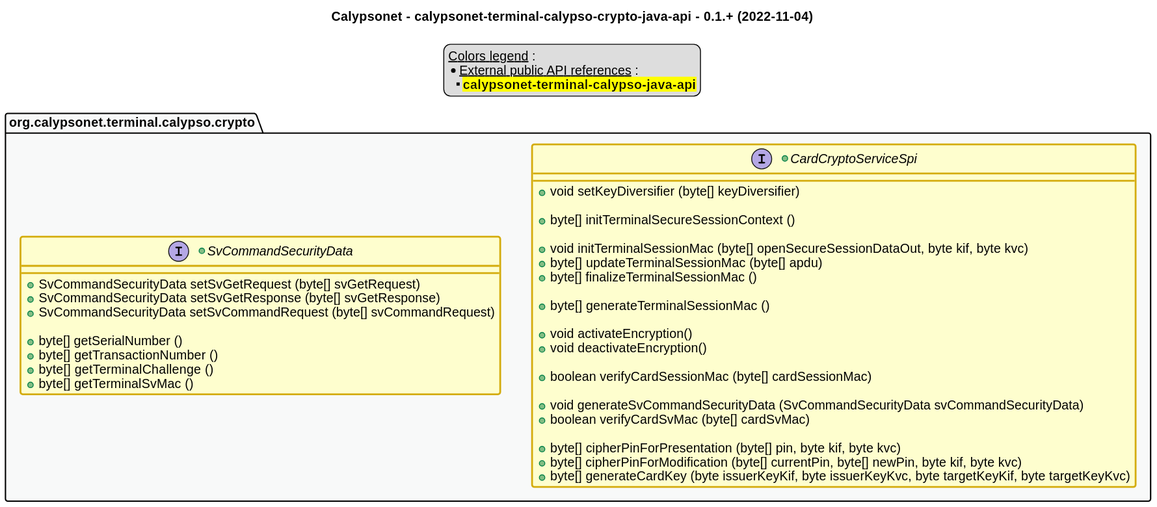
The PlantUML diagram 0.1.0-SNAPSHOT/api_class_diagram.svg in calypsonet/calypsonet-terminal-calypso-crypto-symmetric-uml-api, before a commit. The source it was exported from:
```plantuml
@startuml
title
    Calypsonet - calypsonet-terminal-calypso-crypto-java-api - 0.1.+ (2022-11-04)
end title


!define C_GREY1 F8F9F9
!define C_GREY2 F2F3F4
!define C_GREY3 E5E7E9
!define C_GREY4 D7DBDD
!define C_GREY5 CACFD2
!define C_GREY6 BDC3C7
!define C_LINK 3498DB
!define C_USE 27AE60

skinparam stereotypeABorderColor #A9DCDF
skinparam stereotypeIBorderColor #B4A7E5
skinparam stereotypeCBorderColor #ADD1B2
skinparam stereotypeEBorderColor #EB93DF

skinparam ClassBorderThickness 2
skinparam ArrowThickness 2

skinparam ClassBackgroundColor #FEFECE
skinparam ClassBorderColor #D4AC0D
skinparam ClassBackgroundColor<<red>> #FDEDEC
skinparam ClassBorderColor<<red>> #E74C3C
hide <<red>> stereotype
skinparam ClassBackgroundColor<<purple>> #F4ECF7
skinparam ClassBorderColor<<purple>> #8E44AD
hide <<purple>> stereotype
skinparam ClassBackgroundColor<<blue>> #EBF5FB
skinparam ClassBorderColor<<blue>> #3498DB
hide <<blue>> stereotype
skinparam ClassBackgroundColor<<green>> #E9F7EF
skinparam ClassBorderColor<<green>> #27AE60
hide <<green>> stereotype
skinparam ClassBackgroundColor<<grey>> #EAECEE
skinparam ClassBorderColor<<grey>> #2C3E50
hide <<grey>> stereotype


legend top
    __Colors legend__ :
    * __External public API references__ :
    ** <back:yellow>**calypsonet-terminal-calypso-java-api**</back>
end legend

package "org.calypsonet.terminal.calypso.crypto" as api {
    +interface CardCryptoServiceSpi {
        +void setKeyDiversifier (byte[] keyDiversifier)

        +byte[] initTerminalSecureSessionContext ()

        +void initTerminalSessionMac (byte[] openSecureSessionDataOut, byte kif, byte kvc)
        +byte[] updateTerminalSessionMac (byte[] apdu)
        +byte[] finalizeTerminalSessionMac ()

        +byte[] generateTerminalSessionMac ()

        +void activateEncryption()
        +void deactivateEncryption()

        +boolean verifyCardSessionMac (byte[] cardSessionMac)

        +void generateSvCommandSecurityData (SvCommandSecurityData svCommandSecurityData)
        +boolean verifyCardSvMac (byte[] cardSvMac)

        +byte[] cipherPinForPresentation (byte[] pin, byte kif, byte kvc)
        +byte[] cipherPinForModification (byte[] currentPin, byte[] newPin, byte kif, byte kvc)
        +byte[] generateCardKey (byte issuerKeyKif, byte issuerKeyKvc, byte targetKeyKif, byte targetKeyKvc)
    }

    +interface SvCommandSecurityData {
        +SvCommandSecurityData setSvGetRequest (byte[] svGetRequest)
        +SvCommandSecurityData setSvGetResponse (byte[] svGetResponse)
        +SvCommandSecurityData setSvCommandRequest (byte[] svCommandRequest)

        +byte[] getSerialNumber ()
        +byte[] getTransactionNumber ()
        +byte[] getTerminalChallenge ()
        +byte[] getTerminalSvMac ()
    }
}





package api #C_GREY1 {}

@enduml
```
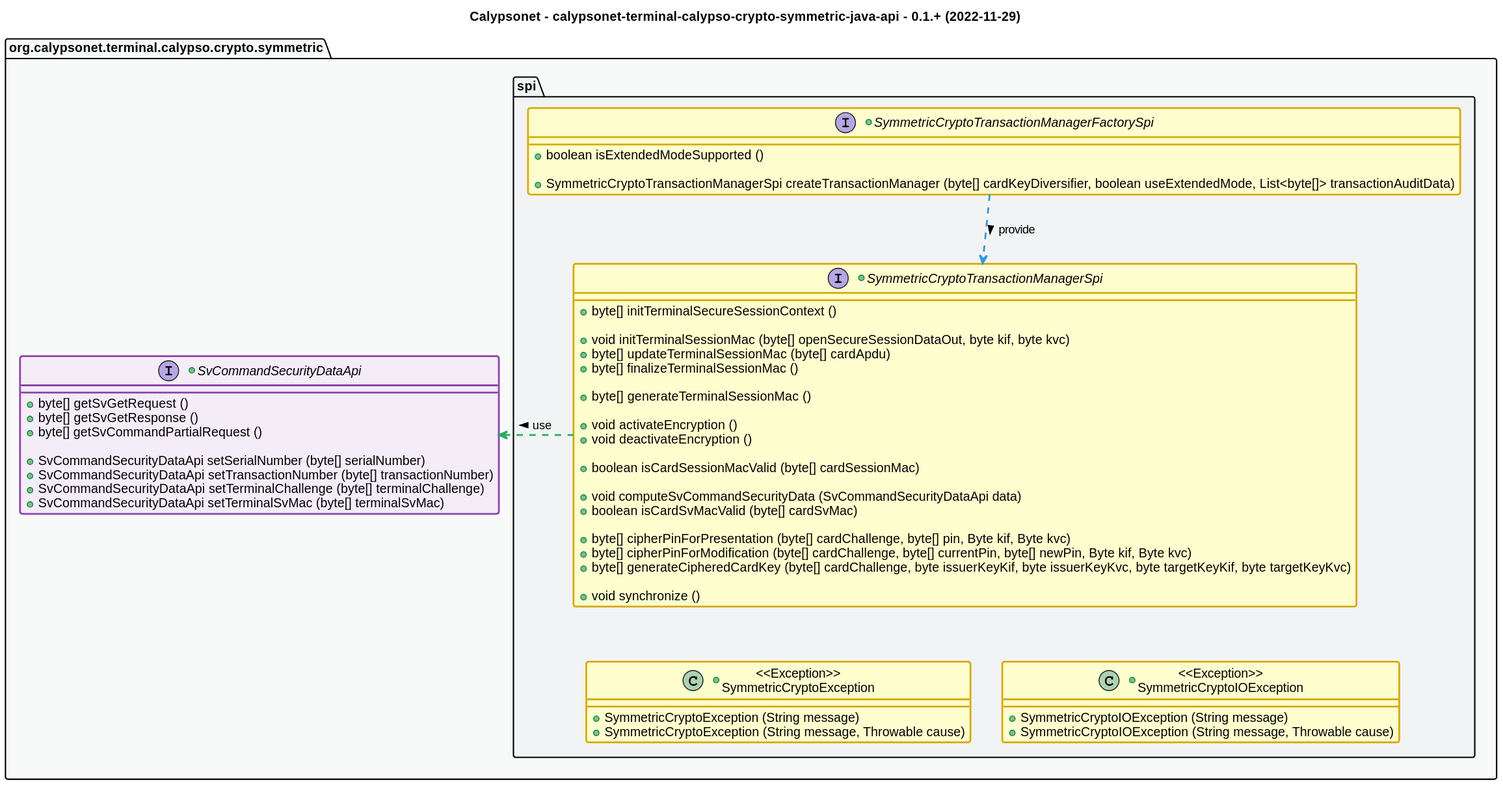
After the change.

What changed in the source:
```diff
@@ -1,6 +1,6 @@
 @startuml
 title
-    Calypsonet - calypsonet-terminal-calypso-crypto-java-api - 0.1.+ (2022-11-04)
+    Calypsonet - calypsonet-terminal-calypso-crypto-symmetric-java-api - 0.1.+ (2022-11-29)
 end title
 
 
@@ -40,53 +40,71 @@
 hide <<grey>> stereotype
 
 
-legend top
-    __Colors legend__ :
-    * __External public API references__ :
-    ** <back:yellow>**calypsonet-terminal-calypso-java-api**</back>
-end legend
+package "org.calypsonet.terminal.calypso.crypto.symmetric" as api {
+    package spi {
+        +interface SymmetricCryptoTransactionManagerFactorySpi {
+            +boolean isExtendedModeSupported ()
 
-package "org.calypsonet.terminal.calypso.crypto" as api {
-    +interface CardCryptoServiceSpi {
-        +void setKeyDiversifier (byte[] keyDiversifier)
+            +SymmetricCryptoTransactionManagerSpi createTransactionManager (byte[] cardKeyDiversifier, boolean useExtendedMode, List<byte[]> transactionAuditData)
+        }
+        +interface SymmetricCryptoTransactionManagerSpi {
+            +byte[] initTerminalSecureSessionContext ()
 
-        +byte[] initTerminalSecureSessionContext ()
+            +void initTerminalSessionMac (byte[] openSecureSessionDataOut, byte kif, byte kvc)
+            +byte[] updateTerminalSessionMac (byte[] cardApdu)
+            +byte[] finalizeTerminalSessionMac ()
 
-        +void initTerminalSessionMac (byte[] openSecureSessionDataOut, byte kif, byte kvc)
-        +byte[] updateTerminalSessionMac (byte[] apdu)
-        +byte[] finalizeTerminalSessionMac ()
+            +byte[] generateTerminalSessionMac ()
 
-        +byte[] generateTerminalSessionMac ()
+            +void activateEncryption ()
+            +void deactivateEncryption ()
 
-        +void activateEncryption()
-        +void deactivateEncryption()
+            +boolean isCardSessionMacValid (byte[] cardSessionMac)
 
-        +boolean verifyCardSessionMac (byte[] cardSessionMac)
+            +void computeSvCommandSecurityData (SvCommandSecurityDataApi data)
+            +boolean isCardSvMacValid (byte[] cardSvMac)
 
-        +void generateSvCommandSecurityData (SvCommandSecurityData svCommandSecurityData)
-        +boolean verifyCardSvMac (byte[] cardSvMac)
+            +byte[] cipherPinForPresentation (byte[] cardChallenge, byte[] pin, Byte kif, Byte kvc)
+            +byte[] cipherPinForModification (byte[] cardChallenge, byte[] currentPin, byte[] newPin, Byte kif, Byte kvc)
+            +byte[] generateCipheredCardKey (byte[] cardChallenge, byte issuerKeyKif, byte issuerKeyKvc, byte targetKeyKif, byte targetKeyKvc)
 
-        +byte[] cipherPinForPresentation (byte[] pin, byte kif, byte kvc)
-        +byte[] cipherPinForModification (byte[] currentPin, byte[] newPin, byte kif, byte kvc)
-        +byte[] generateCardKey (byte issuerKeyKif, byte issuerKeyKvc, byte targetKeyKif, byte targetKeyKvc)
+            +void synchronize ()
+        }
+        +class "<<Exception>>\nSymmetricCryptoException" as SymmetricCryptoException {
+            +SymmetricCryptoException (String message)
+            +SymmetricCryptoException (String message, Throwable cause)
+        }
+        +class "<<Exception>>\nSymmetricCryptoIOException" as SymmetricCryptoIOException {
+            +SymmetricCryptoIOException (String message)
+            +SymmetricCryptoIOException (String message, Throwable cause)
+        }
+    }
+    +interface SvCommandSecurityDataApi {
+        +byte[] getSvGetRequest ()
+        +byte[] getSvGetResponse ()
+        +byte[] getSvCommandPartialRequest ()
+
+        +SvCommandSecurityDataApi setSerialNumber (byte[] serialNumber)
+        +SvCommandSecurityDataApi setTransactionNumber (byte[] transactionNumber)
+        +SvCommandSecurityDataApi setTerminalChallenge (byte[] terminalChallenge)
+        +SvCommandSecurityDataApi setTerminalSvMac (byte[] terminalSvMac)
     }
 
-    +interface SvCommandSecurityData {
-        +SvCommandSecurityData setSvGetRequest (byte[] svGetRequest)
-        +SvCommandSecurityData setSvGetResponse (byte[] svGetResponse)
-        +SvCommandSecurityData setSvCommandRequest (byte[] svCommandRequest)
-
-        +byte[] getSerialNumber ()
-        +byte[] getTransactionNumber ()
-        +byte[] getTerminalChallenge ()
-        +byte[] getTerminalSvMac ()
-    }
 }
 
 
+SymmetricCryptoTransactionManagerFactorySpi ..> SymmetricCryptoTransactionManagerSpi #C_LINK : provide >
 
+SymmetricCryptoTransactionManagerSpi .left.> SvCommandSecurityDataApi #C_USE : use >
+
+
+SymmetricCryptoTransactionManagerSpi -[hidden]- SymmetricCryptoException
+SymmetricCryptoTransactionManagerSpi -[hidden]- SymmetricCryptoIOException
 
 
 package api #C_GREY1 {}
+package spi #C_GREY2 {}
+
+interface SvCommandSecurityDataApi <<purple>>
 
 @enduml
```
